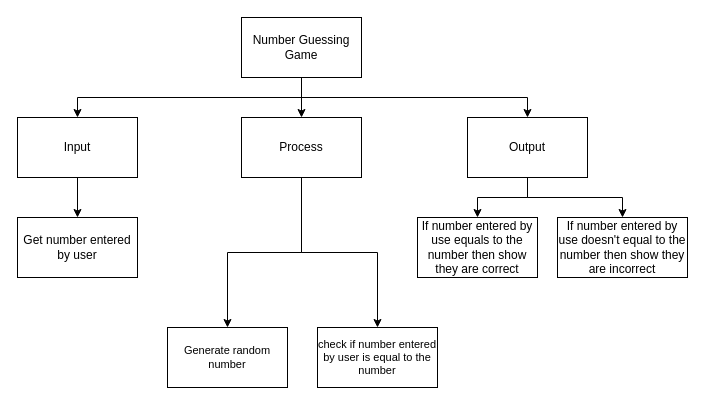
Above: design.drawio in michael-clermont1/ICS3U-Unit3-07-Python (draw.io), before the change. Source tidied: cells renumbered, new cells numbered last; positions are measured from the earlier drawing's top-left corner, leaving out a move shared by most shapes. Both pictures are drawn from the tidied source at 100%, with x=0, y=0 at pixel (17, 17).
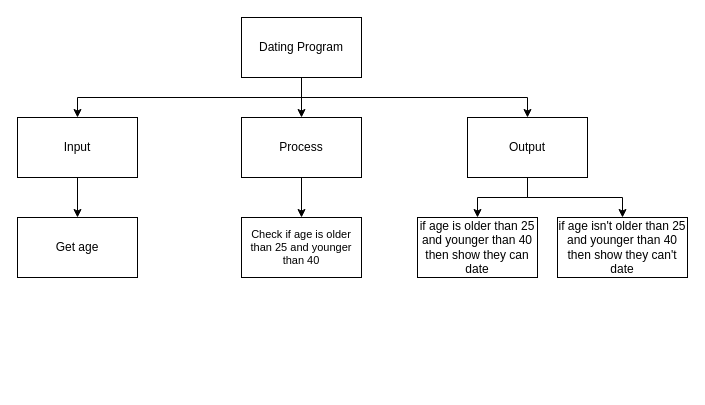
The same page after the edit.

Unchanged cells that the change refers to:
```xml
<mxCell id="10" value="Process" style="rounded=0;whiteSpace=wrap;html=1;" parent="1" vertex="1">
  <mxGeometry x="224" y="100" width="120" height="60" as="geometry" />
</mxCell>
```

Change to the diagram source:
```diff
@@
-    <mxCell id="5" value="Number Guessing Game" style="rounded=0;whiteSpace=wrap;html=1;" parent="1" vertex="1">
+    <mxCell id="5" value="Dating Program" style="rounded=0;whiteSpace=wrap;html=1;" parent="1" vertex="1">
       <mxGeometry x="224" width="120" height="60" as="geometry" />
     </mxCell>
@@
-    <mxCell id="8" style="edgeStyle=orthogonalEdgeStyle;html=1;entryX=0.5;entryY=0;entryDx=0;entryDy=0;rounded=0;" parent="1" edge="1" source="10" target="16">
-      <mxGeometry relative="1" as="geometry" />
-    </mxCell>
@@
-    <mxCell id="14" value="Get number entered by user" style="rounded=0;whiteSpace=wrap;html=1;" parent="1" vertex="1">
+    <mxCell id="14" value="Get age" style="rounded=0;whiteSpace=wrap;html=1;" parent="1" vertex="1">
       <mxGeometry y="200" width="120" height="60" as="geometry" />
     </mxCell>
-    <mxCell id="15" value="If number entered by use equals to the number then show they are correct" style="rounded=0;whiteSpace=wrap;html=1;" parent="1" vertex="1">
+    <mxCell id="15" value="if age is older than 25 and younger than 40 then show they can date" style="rounded=0;whiteSpace=wrap;html=1;" parent="1" vertex="1">
       <mxGeometry x="400" y="200" width="120" height="60" as="geometry" />
     </mxCell>
-    <mxCell id="16" value="check if number entered by user is equal to the number" style="rounded=0;whiteSpace=wrap;html=1;fontFamily=Helvetica;fontSize=11;fontColor=default;" parent="1" vertex="1">
-      <mxGeometry x="300" y="310" width="120" height="60" as="geometry" />
-    </mxCell>
-    <mxCell id="17" value="If number entered by use doesn't equal to the number then show they are incorrect" style="rounded=0;whiteSpace=wrap;html=1;" parent="1" vertex="1">
+    <mxCell id="17" value="if age isn't older than 25 and younger than 40 then show they can't date" style="rounded=0;whiteSpace=wrap;html=1;" parent="1" vertex="1">
       <mxGeometry x="540" y="200" width="130" height="60" as="geometry" />
     </mxCell>
-    <mxCell id="18" value="Generate random number" style="rounded=0;whiteSpace=wrap;html=1;fontFamily=Helvetica;fontSize=11;fontColor=default;" parent="1" vertex="1">
-      <mxGeometry x="150" y="310" width="120" height="60" as="geometry" />
+    <mxCell id="18" value="Check if age is older than 25 and younger than 40" style="rounded=0;whiteSpace=wrap;html=1;fontFamily=Helvetica;fontSize=11;fontColor=default;" parent="1" vertex="1">
+      <mxGeometry x="224" y="200" width="120" height="60" as="geometry" />
     </mxCell>
```
